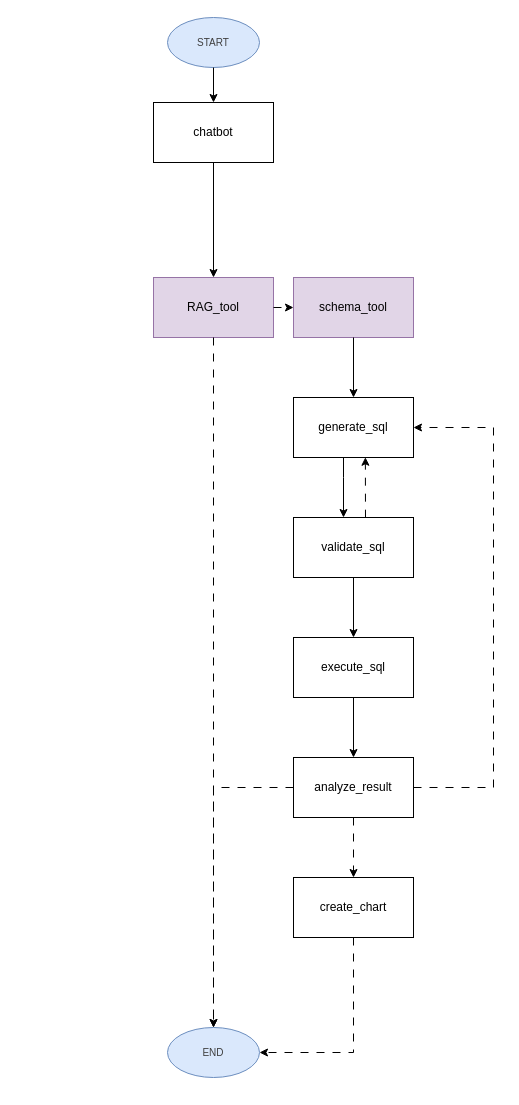
This is notebook/graph_diagram.drawio from Ifra-Inam/agentic-data-analyst, a draw.io file, before an edit. Source tidied: cells renumbered, new cells numbered last; positions are measured from the earlier drawing's top-left corner, leaving out a move shared by most shapes. Both pictures are drawn from the tidied source at 100%, with x=0, y=0 at pixel (153, 17).
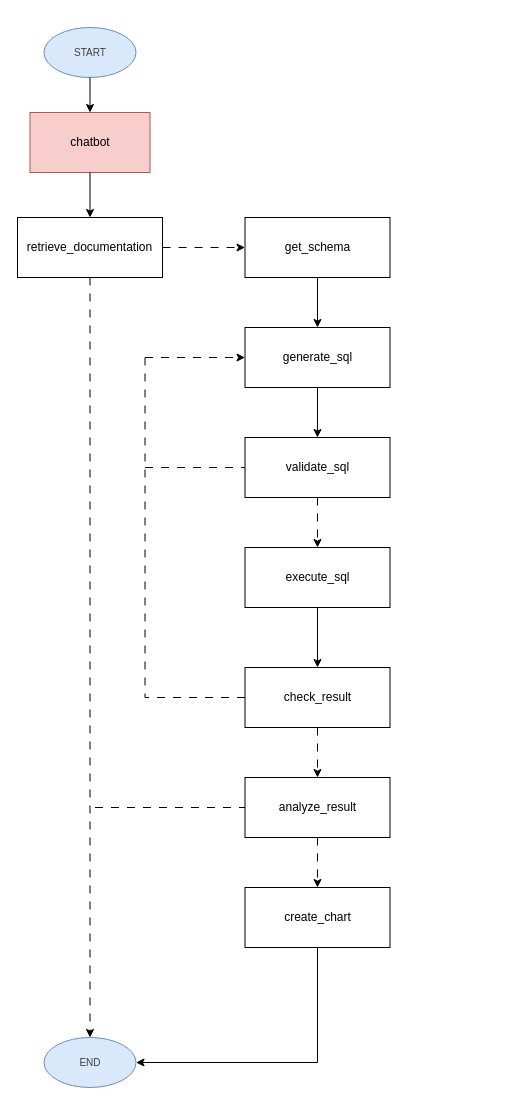
Above is the later version.

Commit message (it also covers changes not shown here):
updated graph diagram

Diff of the diagram source:
```diff
@@
     <mxCell id="2" value="&lt;div&gt;&lt;span style=&quot;color: rgb(63, 63, 63); font-size: 10px; background-color: transparent;&quot;&gt;START&lt;/span&gt;&lt;/div&gt;" style="ellipse;whiteSpace=wrap;html=1;shapeInside=1;align=center;fillColor=#dae8fc;strokeColor=#6c8ebf;" parent="1" vertex="1">
-      <mxGeometry x="14" width="92" height="50" as="geometry" />
+      <mxGeometry x="-109.5" y="10" width="92" height="50" as="geometry" />
     </mxCell>
     <mxCell id="3" value="&lt;div&gt;&lt;span style=&quot;color: rgb(63, 63, 63); font-size: 10px; background-color: transparent;&quot;&gt;END&lt;/span&gt;&lt;/div&gt;" style="ellipse;whiteSpace=wrap;html=1;shapeInside=1;align=center;fillColor=#dae8fc;strokeColor=#6c8ebf;" parent="1" vertex="1">
-      <mxGeometry x="14" y="1010" width="92" height="50" as="geometry" />
+      <mxGeometry x="-109.5" y="1020" width="92" height="50" as="geometry" />
     </mxCell>
-    <mxCell id="4" value="RAG_tool" style="rounded=0;whiteSpace=wrap;html=1;fillColor=#e1d5e7;strokeColor=#9673a6;" parent="1" vertex="1">
-      <mxGeometry y="260" width="120" height="60" as="geometry" />
+    <mxCell id="4" value="retrieve_documentation" style="rounded=0;whiteSpace=wrap;html=1;" parent="1" vertex="1">
+      <mxGeometry x="-136" y="200" width="145" height="60" as="geometry" />
     </mxCell>
-    <mxCell id="5" value="schema_tool" style="rounded=0;whiteSpace=wrap;html=1;fillColor=#e1d5e7;strokeColor=#9673a6;" parent="1" vertex="1">
-      <mxGeometry x="140" y="260" width="120" height="60" as="geometry" />
+    <mxCell id="5" value="get_schema" style="rounded=0;whiteSpace=wrap;html=1;" parent="1" vertex="1">
+      <mxGeometry x="91.5" y="200" width="145" height="60" as="geometry" />
     </mxCell>
-    <mxCell id="6" style="edgeStyle=orthogonalEdgeStyle;rounded=0;jettySize=auto;html=1;" parent="1" edge="1" source="7" target="10">
-      <mxGeometry relative="1" as="geometry">
-        <Array as="points">
-          <mxPoint x="190" y="460" />
-          <mxPoint x="190" y="460" />
-        </Array>
-      </mxGeometry>
-    </mxCell>
     <mxCell id="7" value="generate_sql" style="rounded=0;whiteSpace=wrap;html=1;" parent="1" vertex="1">
-      <mxGeometry x="140" y="380" width="120" height="60" as="geometry" />
+      <mxGeometry x="91.5" y="310" width="145" height="60" as="geometry" />
     </mxCell>
@@
     <mxCell id="10" value="validate_sql" style="rounded=0;whiteSpace=wrap;html=1;" parent="1" vertex="1">
-      <mxGeometry x="140" y="500" width="120" height="60" as="geometry" />
+      <mxGeometry x="91.5" y="420" width="145" height="60" as="geometry" />
     </mxCell>
     <mxCell id="11" value="execute_sql" style="rounded=0;whiteSpace=wrap;html=1;" parent="1" vertex="1">
-      <mxGeometry x="140" y="620" width="120" height="60" as="geometry" />
+      <mxGeometry x="91.5" y="530" width="145" height="60" as="geometry" />
     </mxCell>
     <mxCell id="12" value="analyze_result" style="rounded=0;whiteSpace=wrap;html=1;" parent="1" vertex="1">
-      <mxGeometry x="140" y="740" width="120" height="60" as="geometry" />
+      <mxGeometry x="91.5" y="760" width="145" height="60" as="geometry" />
     </mxCell>
-    <mxCell id="13" style="endArrow=classic;html=1;rounded=0;exitX=0.5;exitY=1;exitDx=0;exitDy=0;entryX=0.5;entryY=0;entryDx=0;entryDy=0;" parent="1" edge="1" source="11" target="12">
+    <mxCell id="13" style="endArrow=classic;html=1;rounded=0;exitX=0.5;exitY=1;exitDx=0;exitDy=0;entryX=0.5;entryY=0;entryDx=0;entryDy=0;" parent="1" edge="1" source="11" target="25">
       <mxGeometry relative="1" as="geometry" />
     </mxCell>
     <mxCell id="14" value="create_chart" style="rounded=0;whiteSpace=wrap;html=1;" parent="1" vertex="1">
-      <mxGeometry x="140" y="860" width="120" height="60" as="geometry" />
+      <mxGeometry x="91.5" y="870" width="145" height="60" as="geometry" />
     </mxCell>
@@
-    <mxCell id="16" value="chatbot" style="rounded=0;whiteSpace=wrap;html=1;" parent="1" vertex="1">
-      <mxGeometry y="85" width="120" height="60" as="geometry" />
+    <mxCell id="16" value="chatbot" style="rounded=0;whiteSpace=wrap;html=1;fillColor=#f8cecc;strokeColor=#b85450;" parent="1" vertex="1">
+      <mxGeometry x="-123.5" y="95" width="120" height="60" as="geometry" />
     </mxCell>
-    <mxCell id="17" style="endArrow=classic;html=1;rounded=0;fontFamily=Helvetica;fontSize=12;fontColor=default;exitX=0.6;exitY=0.003;exitDx=0;exitDy=0;exitPerimeter=0;entryX=0.599;entryY=0.996;entryDx=0;entryDy=0;entryPerimeter=0;dashed=1;dashPattern=8 8;" parent="1" edge="1" source="10" target="7">
-      <mxGeometry relative="1" as="geometry" />
-    </mxCell>
-    <mxCell id="18" style="endArrow=classic;html=1;rounded=0;fontFamily=Helvetica;fontSize=12;fontColor=default;exitX=1;exitY=0.5;exitDx=0;exitDy=0;entryX=1;entryY=0.5;entryDx=0;entryDy=0;dashed=1;dashPattern=8 8;" parent="1" edge="1" source="12" target="7">
-      <mxGeometry relative="1" as="geometry">
-        <Array as="points">
-          <mxPoint x="340" y="770" />
-          <mxPoint x="340" y="410" />
-        </Array>
-      </mxGeometry>
-    </mxCell>
-    <mxCell id="19" style="endArrow=classic;html=1;rounded=0;fontFamily=Helvetica;fontSize=12;fontColor=default;exitX=0;exitY=0.5;exitDx=0;exitDy=0;entryX=0.5;entryY=0;entryDx=0;entryDy=0;dashed=1;dashPattern=8 8;" parent="1" edge="1" source="12" target="3">
-      <mxGeometry relative="1" as="geometry">
-        <Array as="points">
-          <mxPoint x="60" y="770" />
-        </Array>
-      </mxGeometry>
-    </mxCell>
@@
-    <mxCell id="22" style="endArrow=classic;html=1;rounded=0;fontFamily=Helvetica;fontSize=12;fontColor=default;exitX=0.5;exitY=1;exitDx=0;exitDy=0;entryX=1;entryY=0.5;entryDx=0;entryDy=0;dashed=1;dashPattern=8 8;" parent="1" edge="1" source="14" target="3">
+    <mxCell id="22" style="endArrow=classic;html=1;rounded=0;fontFamily=Helvetica;fontSize=12;fontColor=default;exitX=0.5;exitY=1;exitDx=0;exitDy=0;entryX=1;entryY=0.5;entryDx=0;entryDy=0;" parent="1" edge="1" source="14" target="3">
       <mxGeometry relative="1" as="geometry">
         <Array as="points">
-          <mxPoint x="200" y="1035" />
+          <mxPoint x="164" y="1045" />
         </Array>
       </mxGeometry>
     </mxCell>
-    <mxCell id="23" style="endArrow=classic;html=1;rounded=0;fontFamily=Helvetica;fontSize=12;fontColor=default;exitX=0.5;exitY=1;exitDx=0;exitDy=0;entryX=0.5;entryY=0;entryDx=0;entryDy=0;" parent="1" edge="1" source="10" target="11">
+    <mxCell id="23" style="endArrow=classic;html=1;rounded=0;fontFamily=Helvetica;fontSize=12;fontColor=default;exitX=0.5;exitY=1;exitDx=0;exitDy=0;entryX=0.5;entryY=0;entryDx=0;entryDy=0;dashed=1;dashPattern=8 8;" parent="1" edge="1" source="10" target="11">
       <mxGeometry relative="1" as="geometry" />
     </mxCell>
-    <mxCell id="24" style="endArrow=classic;html=1;exitX=0.5;exitY=1;exitDx=0;exitDy=0;dashed=1;dashPattern=8 8;" parent="1" edge="1" source="4">
-      <mxGeometry relative="1" as="geometry">
-        <mxPoint x="60" y="1010" as="targetPoint" />
-      </mxGeometry>
+    <mxCell id="24" style="endArrow=classic;html=1;exitX=0.5;exitY=1;exitDx=0;exitDy=0;dashed=1;dashPattern=8 8;entryX=0.5;entryY=0;entryDx=0;entryDy=0;" parent="1" edge="1" source="4" target="3">
+      <mxGeometry relative="1" as="geometry" />
     </mxCell>
+    <mxCell id="6" style="endArrow=classic;html=1;entryX=0.5;entryY=0;entryDx=0;entryDy=0;exitX=0.5;exitY=1;exitDx=0;exitDy=0;" parent="1" edge="1" source="7" target="10">
+      <mxGeometry relative="1" as="geometry" />
+    </mxCell>
+    <mxCell id="25" value="check_result" style="rounded=0;whiteSpace=wrap;html=1;" parent="1" vertex="1">
+      <mxGeometry x="91.5" y="650" width="145" height="60" as="geometry" />
+    </mxCell>
+    <mxCell id="26" style="endArrow=classic;html=1;rounded=0;exitX=0.5;exitY=1;exitDx=0;exitDy=0;entryX=0.5;entryY=0;entryDx=0;entryDy=0;dashed=1;dashPattern=8 8;" parent="1" edge="1" source="25" target="12">
+      <mxGeometry relative="1" as="geometry" />
+    </mxCell>
+    <mxCell id="27" style="endArrow=none;html=1;exitX=0;exitY=0.5;exitDx=0;exitDy=0;rounded=0;curved=0;dashed=1;dashPattern=8 8;" parent="1" edge="1" source="25">
+      <mxGeometry relative="1" as="geometry">
+        <mxPoint x="-8.5" y="340" as="targetPoint" />
+        <Array as="points">
+          <mxPoint x="-8.5" y="680" />
+        </Array>
+      </mxGeometry>
+    </mxCell>
+    <mxCell id="28" style="endArrow=classic;html=1;entryX=0;entryY=0.5;entryDx=0;entryDy=0;dashed=1;dashPattern=8 8;" parent="1" edge="1" target="7">
+      <mxGeometry relative="1" as="geometry">
+        <mxPoint x="-8.5" y="340" as="sourcePoint" />
+      </mxGeometry>
+    </mxCell>
+    <mxCell id="29" style="endArrow=none;html=1;entryX=0;entryY=0.5;entryDx=0;entryDy=0;dashed=1;dashPattern=8 8;" parent="1" edge="1" target="10">
+      <mxGeometry relative="1" as="geometry">
+        <mxPoint x="-8.5" y="450" as="sourcePoint" />
+      </mxGeometry>
+    </mxCell>
+    <mxCell id="30" style="endArrow=none;html=1;dashed=1;dashPattern=8 8;" parent="1" edge="1" target="12">
+      <mxGeometry relative="1" as="geometry">
+        <mxPoint x="-58.5" y="790" as="sourcePoint" />
+      </mxGeometry>
+    </mxCell>
```
